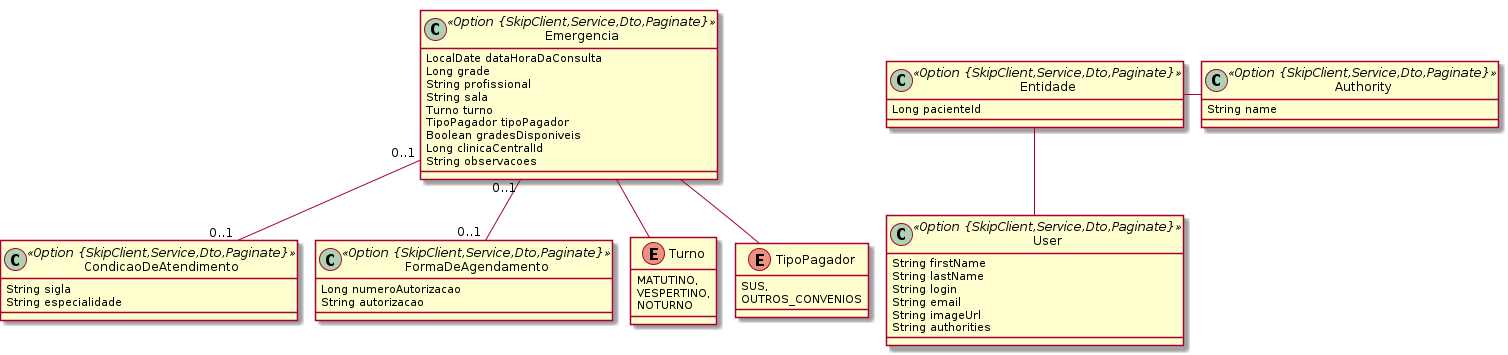
Before: consulta/emergencia.png, a diagram exported from PlantUML (BasisTI/madre).
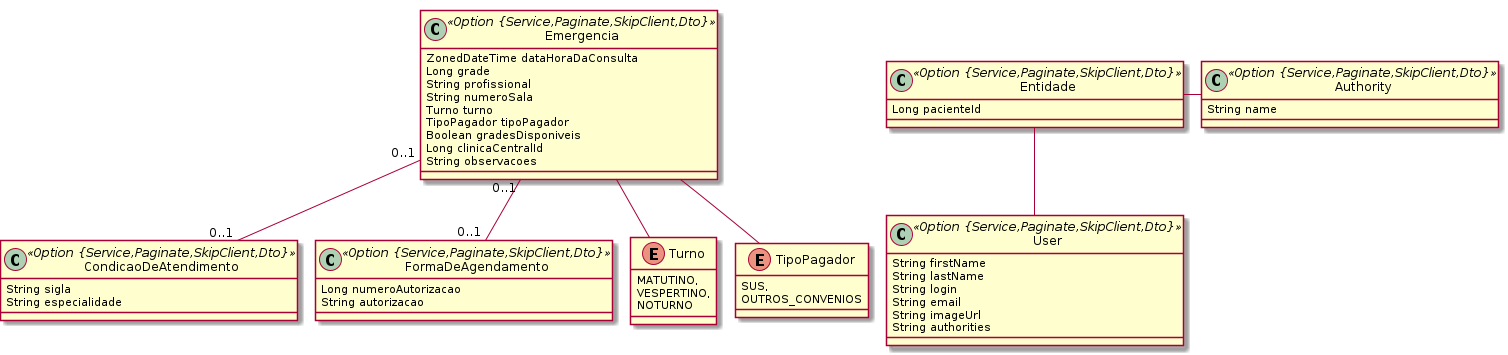
Later version of the same file.

What changed in the source:
```diff
@@ -3,11 +3,11 @@
 	!pragma syntax class
 	Emergencia  "0..1 " -- "0..1 "  CondicaoDeAtendimento
 	Emergencia  "0..1 " -- "0..1 "  FormaDeAgendamento
-	class Emergencia <<Option {SkipClient,Service,Dto,Paginate}>> {
-		LocalDate dataHoraDaConsulta
+	class Emergencia <<Option {Service,Paginate,SkipClient,Dto}>> {
+		ZonedDateTime dataHoraDaConsulta
 		Long grade
 		String profissional
-		String sala
+		String numeroSala
 		Turno turno
 		TipoPagador tipoPagador
 		Boolean gradesDisponiveis
@@ -16,15 +16,15 @@
 	}
 	Emergencia ..> Turno
 	Emergencia ..> TipoPagador
-	class CondicaoDeAtendimento <<Option {SkipClient,Service,Dto,Paginate}>> {
+	class CondicaoDeAtendimento <<Option {Service,Paginate,SkipClient,Dto}>> {
 		String sigla
 		String especialidade
 	}
-	class FormaDeAgendamento <<Option {SkipClient,Service,Dto,Paginate}>> {
+	class FormaDeAgendamento <<Option {Service,Paginate,SkipClient,Dto}>> {
 		Long numeroAutorizacao
 		String autorizacao
 	}
-	class Entidade <<Option {SkipClient,Service,Dto,Paginate}>> {
+	class Entidade <<Option {Service,Paginate,SkipClient,Dto}>> {
 		Long pacienteId
 	}
 	enum TipoPagador {
@@ -36,10 +36,10 @@
 		VESPERTINO,
 		NOTURNO
 	}
-	class Authority <<Option {SkipClient,Service,Dto,Paginate}>> {
+	class Authority <<Option {Service,Paginate,SkipClient,Dto}>> {
 		String name
 	}
-	class User <<Option {SkipClient,Service,Dto,Paginate}>> {
+	class User <<Option {Service,Paginate,SkipClient,Dto}>> {
 		String firstName
 		String lastName
 		String login
```
